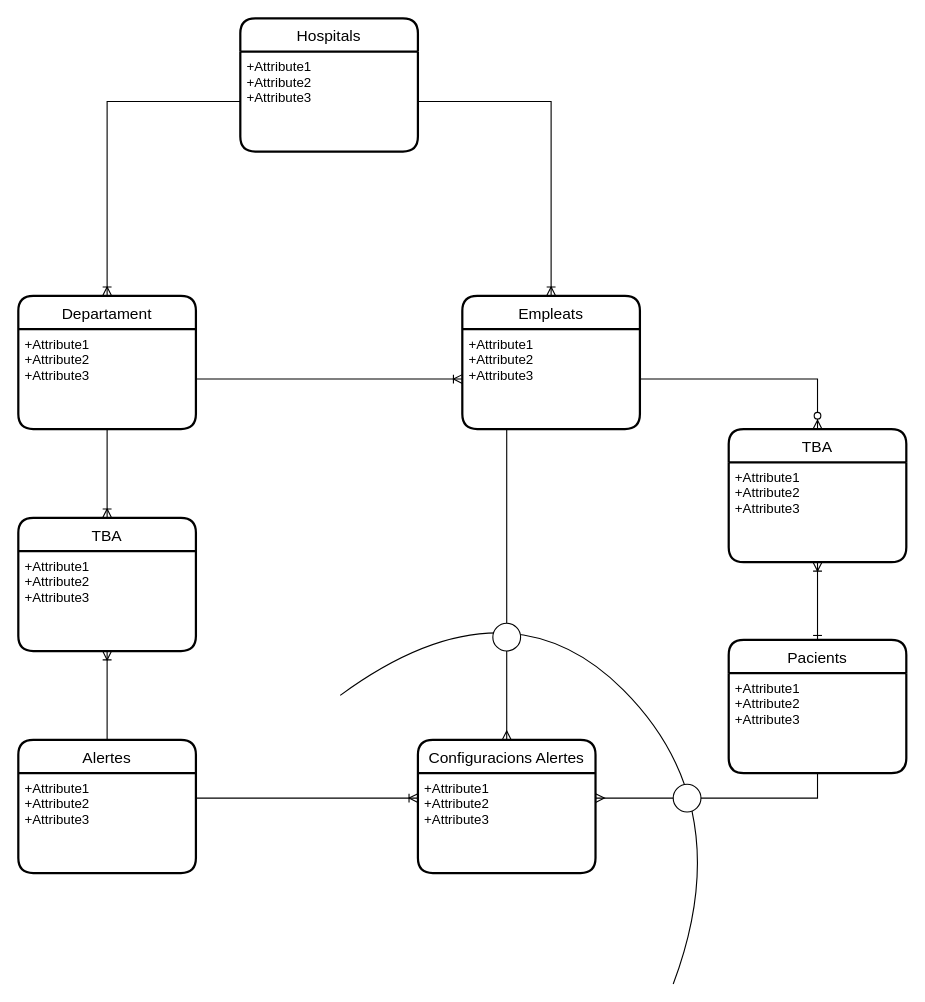
The draw.io diagram page "Bases de Dades" (1 of 5) of Producte/Diseny/Diagrames.drawio in eespunes/Plataforma-de-Visualitzacio-dAlertes-Sanitaries, before the edit. Source tidied: cells renumbered, new cells numbered last; positions are measured from the earlier drawing's top-left corner, leaving out a move shared by most shapes. Both pictures are drawn from the tidied source at 111%, with x=0, y=0 at pixel (18, 18).
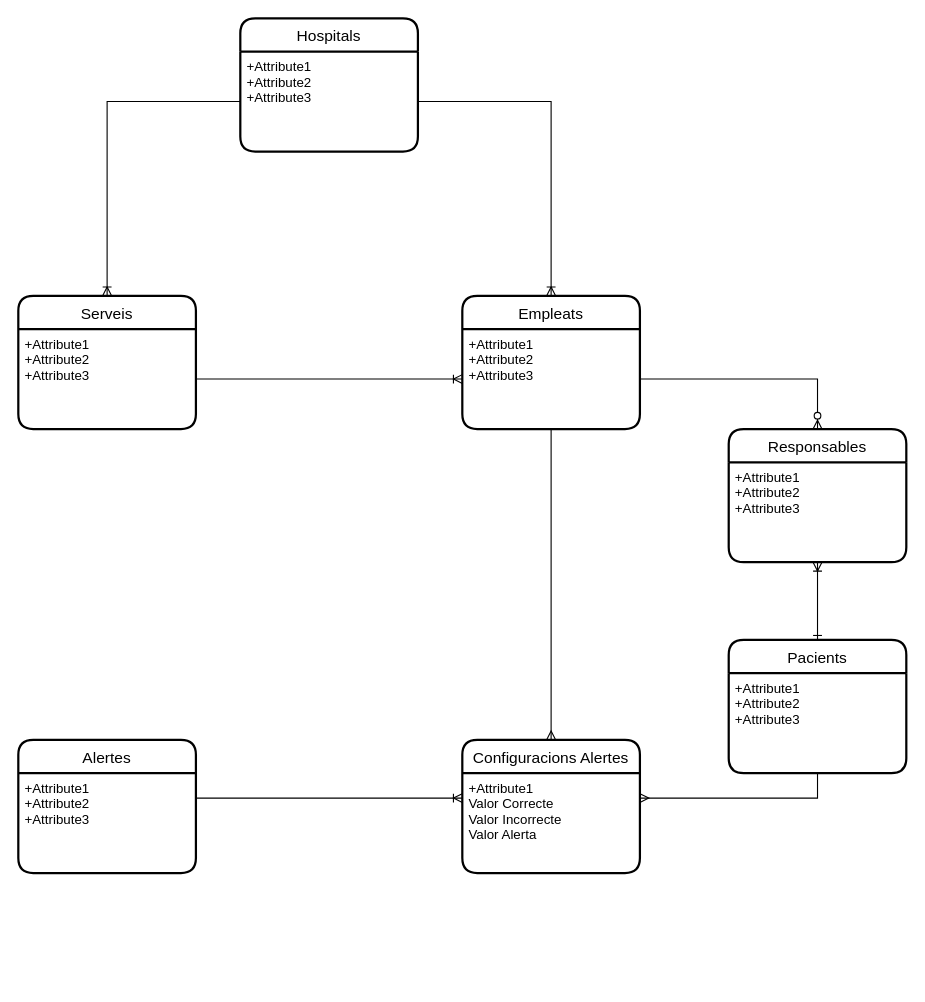
After the change.

Unchanged cells that the change refers to:
```xml
<mxCell id="5" value="+Attribute1&#10;+Attribute2&#10;+Attribute3" style="align=left;strokeColor=none;fillColor=none;spacingLeft=4;fontSize=12;verticalAlign=top;" parent="4" vertex="1">
  <mxGeometry y="30" width="160" height="90" as="geometry" />
</mxCell>
<mxCell id="7" value="+Attribute1&#10;+Attribute2&#10;+Attribute3" style="align=left;strokeColor=none;fillColor=none;spacingLeft=4;fontSize=12;verticalAlign=top;" parent="6" vertex="1">
  <mxGeometry y="30" width="160" height="90" as="geometry" />
</mxCell>
<mxCell id="12" value="Alertes" style="swimlane;horizontal=1;startSize=30;rounded=1;fontSize=14;fontStyle=0;strokeWidth=2;shadow=0;dashed=0;align=center;" parent="1" vertex="1">
  <mxGeometry y="650" width="160" height="120" as="geometry" />
</mxCell>
<mxCell id="15" value="+Attribute1&#10;+Attribute2&#10;+Attribute3" style="align=left;strokeColor=none;fillColor=none;spacingLeft=4;fontSize=12;verticalAlign=top;" parent="14" vertex="1">
  <mxGeometry y="30" width="160" height="90" as="geometry" />
</mxCell>
```

Change to the diagram source:
```diff
@@
-    <mxCell id="6" value="Departament" style="swimlane;horizontal=1;startSize=30;rounded=1;fontSize=14;fontStyle=0;strokeWidth=2;shadow=0;dashed=0;align=center;" parent="1" vertex="1">
+    <mxCell id="6" value="Serveis" style="swimlane;horizontal=1;startSize=30;rounded=1;fontSize=14;fontStyle=0;strokeWidth=2;shadow=0;dashed=0;align=center;" parent="1" vertex="1">
       <mxGeometry y="250" width="160" height="120" as="geometry" />
     </mxCell>
@@
-    <mxCell id="11" style="edgeStyle=orthogonalEdgeStyle;rounded=0;jettySize=auto;html=1;exitX=0.5;exitY=0;exitDx=0;exitDy=0;entryX=0.5;entryY=1;entryDx=0;entryDy=0;startArrow=none;startFill=0;endArrow=ERoneToMany;endFill=0;" parent="1" edge="1" source="12" target="24">
-      <mxGeometry relative="1" as="geometry" />
-    </mxCell>
@@
-    <mxCell id="16" style="edgeStyle=orthogonalEdgeStyle;rounded=0;jettySize=auto;html=1;exitX=0.5;exitY=0;exitDx=0;exitDy=0;entryX=0.25;entryY=1;entryDx=0;entryDy=0;startArrow=none;startFill=0;endArrow=none;endFill=0;jumpStyle=none;" parent="1" edge="1" source="29" target="5">
-      <mxGeometry relative="1" as="geometry" />
-    </mxCell>
     <mxCell id="17" value="Configuracions Alertes" style="swimlane;horizontal=1;startSize=30;rounded=1;fontSize=14;fontStyle=0;strokeWidth=2;shadow=0;dashed=0;align=center;" parent="1" vertex="1">
-      <mxGeometry x="360" y="650" width="160" height="120" as="geometry" />
+      <mxGeometry x="400" y="650" width="160" height="120" as="geometry" />
     </mxCell>
-    <mxCell id="18" value="+Attribute1&#10;+Attribute2&#10;+Attribute3" style="align=left;strokeColor=none;fillColor=none;spacingLeft=4;fontSize=12;verticalAlign=top;" parent="17" vertex="1">
+    <mxCell id="18" value="+Attribute1&#10;Valor Correcte&#10;Valor Incorrecte&#10;Valor Alerta" style="align=left;strokeColor=none;fillColor=none;spacingLeft=4;fontSize=12;verticalAlign=top;" parent="17" vertex="1">
       <mxGeometry y="30" width="160" height="90" as="geometry" />
     </mxCell>
-    <mxCell id="19" style="edgeStyle=orthogonalEdgeStyle;rounded=0;jettySize=auto;html=1;exitX=0;exitY=0.5;exitDx=0;exitDy=0;entryX=1;entryY=0.25;entryDx=0;entryDy=0;startArrow=none;startFill=0;endArrow=ERmany;endFill=0;" parent="1" edge="1" source="31" target="18">
+    <mxCell id="19" style="edgeStyle=orthogonalEdgeStyle;rounded=0;jettySize=auto;html=1;exitX=0.5;exitY=1;exitDx=0;exitDy=0;entryX=1;entryY=0.25;entryDx=0;entryDy=0;startArrow=none;startFill=0;endArrow=ERmany;endFill=0;" parent="1" edge="1" source="15" target="18">
       <mxGeometry relative="1" as="geometry" />
     </mxCell>
@@
-    <mxCell id="21" value="TBA" style="swimlane;horizontal=1;startSize=30;rounded=1;fontSize=14;fontStyle=0;strokeWidth=2;shadow=0;dashed=0;align=center;" parent="1" vertex="1">
+    <mxCell id="21" value="Responsables" style="swimlane;horizontal=1;startSize=30;rounded=1;fontSize=14;fontStyle=0;strokeWidth=2;shadow=0;dashed=0;align=center;" parent="1" vertex="1">
       <mxGeometry x="640" y="370" width="160" height="120" as="geometry" />
     </mxCell>
@@
-    <mxCell id="23" value="TBA" style="swimlane;horizontal=1;startSize=30;rounded=1;fontSize=14;fontStyle=0;strokeWidth=2;shadow=0;dashed=0;align=center;" parent="1" vertex="1">
-      <mxGeometry y="450" width="160" height="120" as="geometry" />
-    </mxCell>
-    <mxCell id="24" value="+Attribute1&#10;+Attribute2&#10;+Attribute3" style="align=left;strokeColor=none;fillColor=none;spacingLeft=4;fontSize=12;verticalAlign=top;" parent="23" vertex="1">
-      <mxGeometry y="30" width="160" height="90" as="geometry" />
-    </mxCell>
-    <mxCell id="25" style="edgeStyle=orthogonalEdgeStyle;rounded=0;jettySize=auto;html=1;exitX=0.5;exitY=1;exitDx=0;exitDy=0;entryX=0.5;entryY=0;entryDx=0;entryDy=0;startArrow=none;startFill=0;endArrow=ERoneToMany;endFill=0;" parent="1" edge="1" source="7" target="23">
-      <mxGeometry relative="1" as="geometry" />
-    </mxCell>
@@
-    <mxCell id="28" style="curved=1;endArrow=none;html=1;endFill=0;" parent="1" edge="1">
-      <mxGeometry relative="1" as="geometry">
-        <mxPoint x="590" y="870" as="sourcePoint" />
-        <mxPoint x="290" y="610" as="targetPoint" />
-        <Array as="points">
-          <mxPoint x="650" y="710" />
-          <mxPoint x="440" y="500" />
-        </Array>
-      </mxGeometry>
-    </mxCell>
-    <mxCell id="29" style="ellipse;whiteSpace=wrap;html=1;" parent="1" vertex="1">
-      <mxGeometry x="427.5" y="545" width="25" height="25" as="geometry" />
-    </mxCell>
-    <mxCell id="30" style="edgeStyle=orthogonalEdgeStyle;rounded=0;jettySize=auto;html=1;exitX=0.5;exitY=0;exitDx=0;exitDy=0;entryX=0.5;entryY=1;entryDx=0;entryDy=0;startArrow=ERmany;startFill=0;endArrow=none;endFill=0;jumpStyle=none;" parent="1" edge="1" source="17" target="29">
+    <mxCell id="30" style="edgeStyle=orthogonalEdgeStyle;rounded=0;jettySize=auto;html=1;exitX=0.5;exitY=0;exitDx=0;exitDy=0;startArrow=ERmany;startFill=0;endArrow=none;endFill=0;jumpStyle=none;entryX=0.5;entryY=1;entryDx=0;entryDy=0;" parent="1" edge="1" source="17" target="5">
       <mxGeometry relative="1" as="geometry" />
     </mxCell>
-    <mxCell id="31" style="ellipse;whiteSpace=wrap;html=1;" parent="1" vertex="1">
-      <mxGeometry x="590" y="690" width="25" height="25" as="geometry" />
-    </mxCell>
-    <mxCell id="32" style="edgeStyle=orthogonalEdgeStyle;rounded=0;jettySize=auto;html=1;exitX=0.5;exitY=1;exitDx=0;exitDy=0;startArrow=none;startFill=0;endArrow=none;endFill=0;entryX=1;entryY=0.5;entryDx=0;entryDy=0;" parent="1" edge="1" source="15" target="31">
-      <mxGeometry relative="1" as="geometry" />
-    </mxCell>
```
